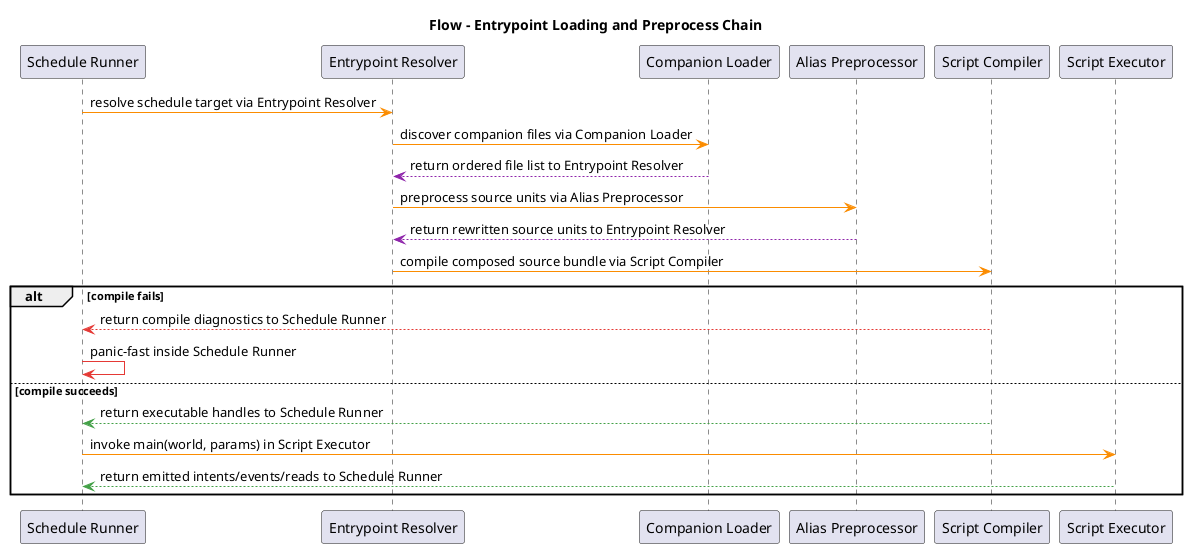
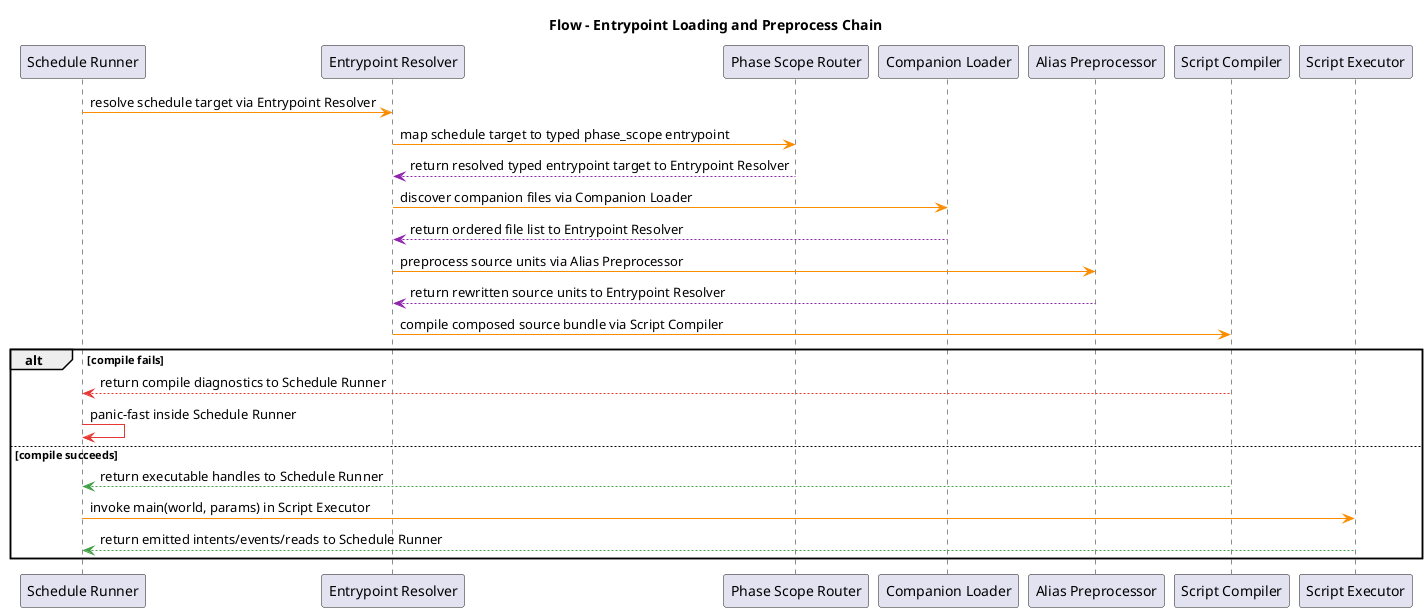
@startuml
title Flow - Entrypoint Loading and Preprocess Chain
participant "Schedule Runner" as Runner
participant "Entrypoint Resolver" as Resolver
+ participant "Phase Scope Router" as PhaseRouter
participant "Companion Loader" as Companion
participant "Alias Preprocessor" as Alias
participant "Script Compiler" as Compiler
participant "Script Executor" as Exec

Runner -[#FB8C00]> Resolver : resolve schedule target via Entrypoint Resolver
+ Resolver -[#FB8C00]> PhaseRouter : map schedule target to typed phase_scope entrypoint
+ PhaseRouter -[#8E24AA]--> Resolver : return resolved typed entrypoint target to Entrypoint Resolver
Resolver -[#FB8C00]> Companion : discover companion files via Companion Loader
Companion -[#8E24AA]--> Resolver : return ordered file list to Entrypoint Resolver
Resolver -[#FB8C00]> Alias : preprocess source units via Alias Preprocessor
Alias -[#8E24AA]--> Resolver : return rewritten source units to Entrypoint Resolver
Resolver -[#FB8C00]> Compiler : compile composed source bundle via Script Compiler

alt compile fails
  Compiler -[#E53935]--> Runner : return compile diagnostics to Schedule Runner
  Runner -[#E53935]> Runner : panic-fast inside Schedule Runner
else compile succeeds
  Compiler -[#43A047]--> Runner : return executable handles to Schedule Runner
  Runner -[#FB8C00]> Exec : invoke main(world, params) in Script Executor
  Exec -[#43A047]--> Runner : return emitted intents/events/reads to Schedule Runner
end
@enduml
